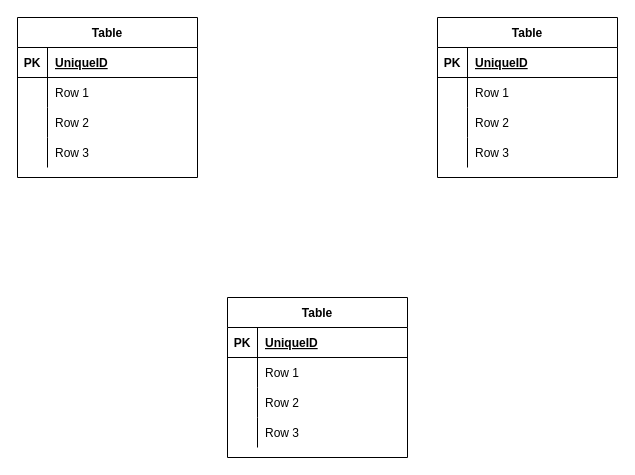
Earlier version of the draw.io diagram test.dio (yuniii1/furima--29816-). Source tidied: cells renumbered, new cells numbered last; positions are measured from the earlier drawing's top-left corner, leaving out a move shared by most shapes. Both pictures are drawn from the tidied source at 100%, with x=0, y=0 at pixel (17, 17).
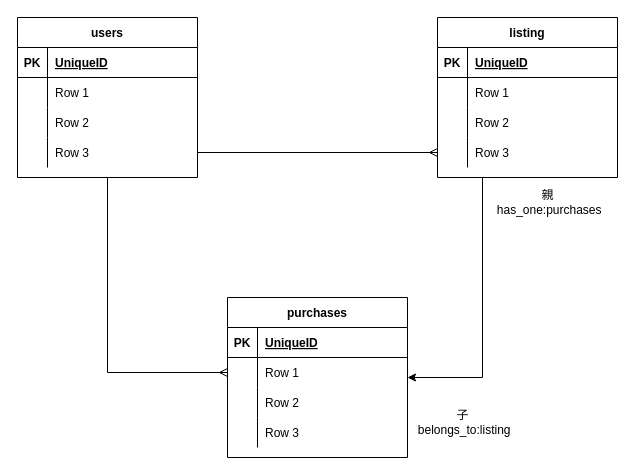
Above is the later version.

Unchanged cells that the change refers to:
```xml
<mxCell id="12" style="shape=partialRectangle;fillColor=none;top=0;left=0;bottom=0;right=0;points=[[0,0.5],[1,0.5]];portConstraint=eastwest;" parent="2" vertex="1">
  <mxGeometry y="120" width="180" height="30" as="geometry" />
</mxCell>
<mxCell id="25" style="shape=partialRectangle;fillColor=none;top=0;left=0;bottom=0;right=0;points=[[0,0.5],[1,0.5]];portConstraint=eastwest;" parent="15" vertex="1">
  <mxGeometry y="120" width="180" height="30" as="geometry" />
</mxCell>
<mxCell id="32" style="shape=partialRectangle;fillColor=none;top=0;left=0;bottom=0;right=0;points=[[0,0.5],[1,0.5]];portConstraint=eastwest;" parent="28" vertex="1">
  <mxGeometry y="60" width="180" height="30" as="geometry" />
</mxCell>
```

What changed in the source:
```diff
@@
+    <mxCell id="41" style="edgeStyle=orthogonalEdgeStyle;rounded=0;jettySize=auto;html=1;exitX=0.5;exitY=1;exitDx=0;exitDy=0;entryX=0;entryY=0.5;entryDx=0;entryDy=0;endArrow=ERmany;endFill=0;" parent="1" edge="1" source="2" target="32">
+      <mxGeometry relative="1" as="geometry" />
+    </mxCell>
-    <mxCell id="2" value="Table" style="shape=table;startSize=30;childLayout=tableLayout;rowLines=0;fontStyle=1;align=center;" parent="1" vertex="1">
+    <mxCell id="2" value="users" style="shape=table;startSize=30;childLayout=tableLayout;rowLines=0;fontStyle=1;align=center;" parent="1" vertex="1">
       <mxGeometry width="180" height="160" as="geometry" />
     </mxCell>
@@
+    <mxCell id="42" style="edgeStyle=orthogonalEdgeStyle;rounded=0;jettySize=auto;html=1;exitX=0.25;exitY=1;exitDx=0;exitDy=0;entryX=1;entryY=0.5;entryDx=0;entryDy=0;" parent="1" edge="1" source="15" target="28">
+      <mxGeometry relative="1" as="geometry">
+        <Array as="points">
+          <mxPoint x="465" y="360" />
+        </Array>
+      </mxGeometry>
+    </mxCell>
-    <mxCell id="15" value="Table" style="shape=table;startSize=30;childLayout=tableLayout;rowLines=0;fontStyle=1;align=center;" parent="1" vertex="1">
+    <mxCell id="15" value="listing" style="shape=table;startSize=30;childLayout=tableLayout;rowLines=0;fontStyle=1;align=center;" parent="1" vertex="1">
       <mxGeometry x="420" width="180" height="160" as="geometry" />
     </mxCell>
@@
-    <mxCell id="28" value="Table" style="shape=table;startSize=30;childLayout=tableLayout;rowLines=0;fontStyle=1;align=center;" parent="1" vertex="1">
+    <mxCell id="28" value="purchases" style="shape=table;startSize=30;childLayout=tableLayout;rowLines=0;fontStyle=1;align=center;" parent="1" vertex="1">
       <mxGeometry x="210" y="280" width="180" height="160" as="geometry" />
     </mxCell>
@@
+    <mxCell id="43" style="edgeStyle=orthogonalEdgeStyle;rounded=0;jettySize=auto;html=1;exitX=1;exitY=0.5;exitDx=0;exitDy=0;entryX=0;entryY=0.5;entryDx=0;entryDy=0;endArrow=ERmany;endFill=0;" parent="1" edge="1" source="12" target="25">
+      <mxGeometry relative="1" as="geometry" />
+    </mxCell>
+    <mxCell id="44" value="親&lt;br&gt;&amp;nbsp;has_one:purchases" style="text;html=1;align=center;verticalAlign=middle;fillColor=none;strokeColor=none;rounded=0;" parent="1" vertex="1">
+      <mxGeometry x="470" y="170" width="120" height="30" as="geometry" />
+    </mxCell>
+    <mxCell id="45" value="子&lt;br&gt;&amp;nbsp;belongs_to:listing" style="text;html=1;align=center;verticalAlign=middle;fillColor=none;strokeColor=none;rounded=0;" parent="1" vertex="1">
+      <mxGeometry x="390" y="390" width="110" height="30" as="geometry" />
+    </mxCell>
```
